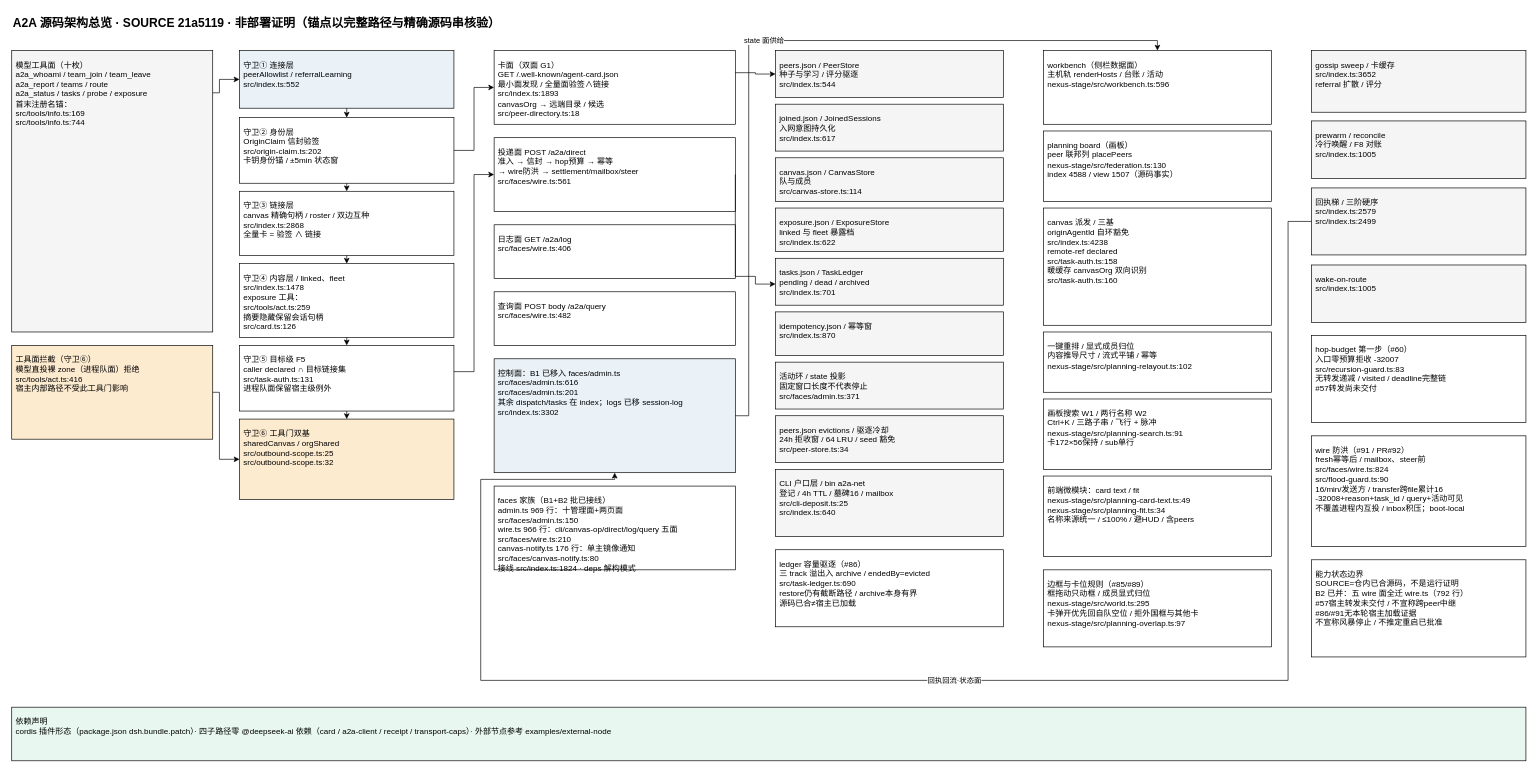
Above: page "系统架构总览" (1 of 2) of docs/arch/a2a-architecture.drawio in NelsonLongxiang/dsh-open-a2a-net (draw.io), before the change. Source tidied: cells renumbered, new cells numbered last; positions are measured from the earlier drawing's top-left corner, leaving out a move shared by most shapes. Both pictures are drawn from the tidied source at 67%, with x=0, y=0 at pixel (11, 11).
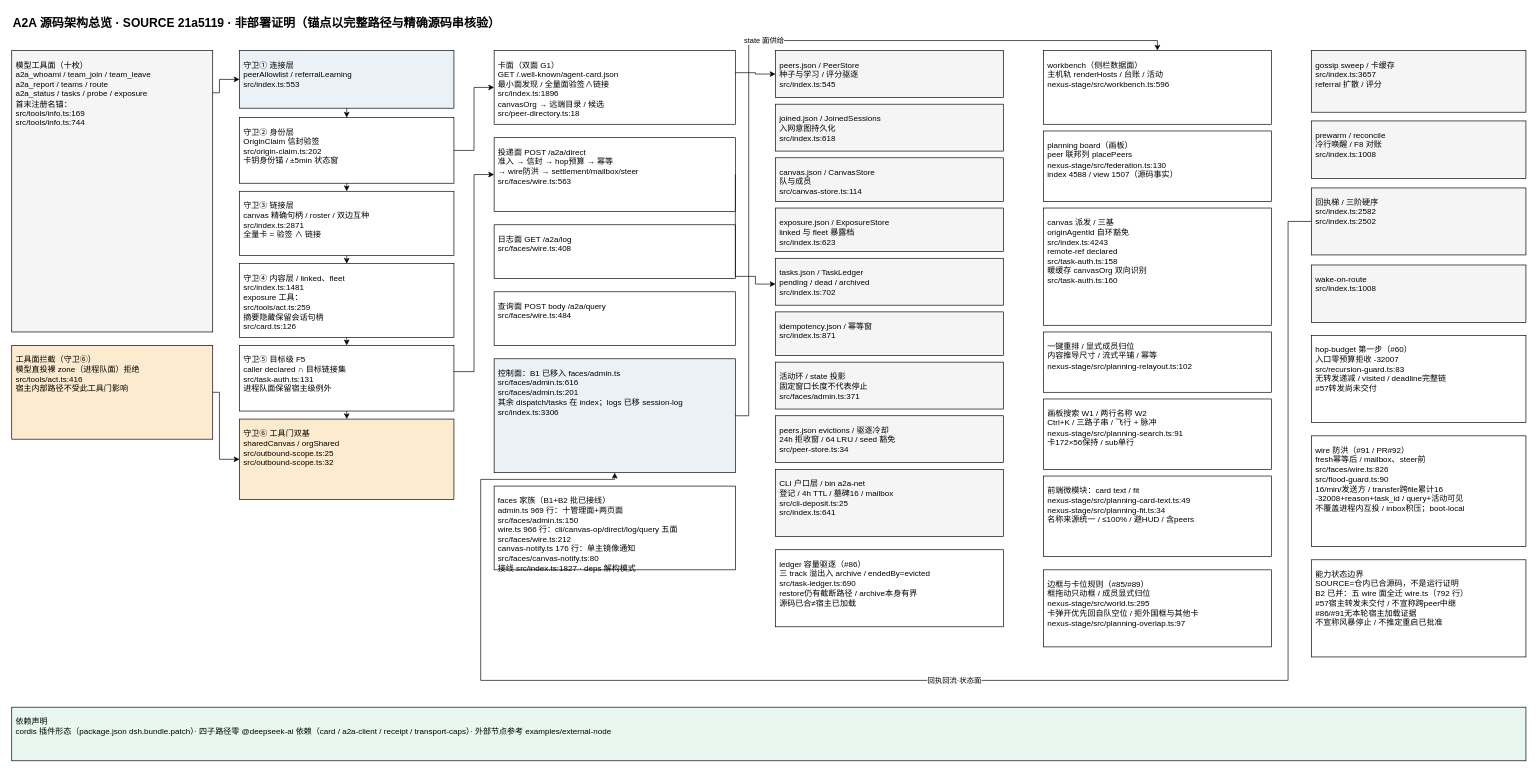
After the change.

Commit message (it also covers changes not shown here):
fix(superagent): a team-tab request's receipts go to the tab, not into the session

Diff of the diagram source:
```diff
@@
-    <mxCell id="5" value="守卫① 连接层&#10;peerAllowlist / referralLearning&#10;src/index.ts:552" style="rounded=0;whiteSpace=wrap;html=1;fontSize=12;fontColor=#000000;fillColor=#EAF2F8;strokeColor=#000000;align=left;verticalAlign=top;spacing=6;spacingTop=4;" parent="1" vertex="1">
+    <mxCell id="5" value="守卫① 连接层&#10;peerAllowlist / referralLearning&#10;src/index.ts:553" style="rounded=0;whiteSpace=wrap;html=1;fontSize=12;fontColor=#000000;fillColor=#EAF2F8;strokeColor=#000000;align=left;verticalAlign=top;spacing=6;spacingTop=4;" parent="1" vertex="1">
       <mxGeometry x="340" y="58" width="320" height="86" as="geometry" />
     </mxCell>
@@
-    <mxCell id="7" value="守卫③ 链接层&#10;canvas 精确句柄 / roster / 双边互种&#10;src/index.ts:2868&#10;全量卡 = 验签 ∧ 链接" style="rounded=0;whiteSpace=wrap;html=1;fontSize=12;fontColor=#000000;fillColor=#FFFFFF;strokeColor=#000000;align=left;verticalAlign=top;spacing=6;spacingTop=4;" parent="1" vertex="1">
+    <mxCell id="7" value="守卫③ 链接层&#10;canvas 精确句柄 / roster / 双边互种&#10;src/index.ts:2871&#10;全量卡 = 验签 ∧ 链接" style="rounded=0;whiteSpace=wrap;html=1;fontSize=12;fontColor=#000000;fillColor=#FFFFFF;strokeColor=#000000;align=left;verticalAlign=top;spacing=6;spacingTop=4;" parent="1" vertex="1">
       <mxGeometry x="340" y="268" width="320" height="96" as="geometry" />
     </mxCell>
-    <mxCell id="8" value="守卫④ 内容层 / linked、fleet&#10;src/index.ts:1478&#10;exposure 工具：&#10;src/tools/act.ts:259&#10;摘要隐藏保留会话句柄&#10;src/card.ts:126" style="rounded=0;whiteSpace=wrap;html=1;fontSize=12;fontColor=#000000;fillColor=#FFFFFF;strokeColor=#000000;align=left;verticalAlign=top;spacing=6;spacingTop=4;" parent="1" vertex="1">
+    <mxCell id="8" value="守卫④ 内容层 / linked、fleet&#10;src/index.ts:1481&#10;exposure 工具：&#10;src/tools/act.ts:259&#10;摘要隐藏保留会话句柄&#10;src/card.ts:126" style="rounded=0;whiteSpace=wrap;html=1;fontSize=12;fontColor=#000000;fillColor=#FFFFFF;strokeColor=#000000;align=left;verticalAlign=top;spacing=6;spacingTop=4;" parent="1" vertex="1">
       <mxGeometry x="340" y="376" width="320" height="110" as="geometry" />
     </mxCell>
@@
-    <mxCell id="11" value="卡面（双面 G1）&#10;GET /.well-known/agent-card.json&#10;最小面发现 / 全量面验签∧链接&#10;src/index.ts:1893&#10;canvasOrg → 远端目录 / 候选&#10;src/peer-directory.ts:18" style="rounded=0;whiteSpace=wrap;html=1;fontSize=12;fontColor=#000000;fillColor=#FFFFFF;strokeColor=#000000;align=left;verticalAlign=top;spacing=6;spacingTop=4;" parent="1" vertex="1">
+    <mxCell id="11" value="卡面（双面 G1）&#10;GET /.well-known/agent-card.json&#10;最小面发现 / 全量面验签∧链接&#10;src/index.ts:1896&#10;canvasOrg → 远端目录 / 候选&#10;src/peer-directory.ts:18" style="rounded=0;whiteSpace=wrap;html=1;fontSize=12;fontColor=#000000;fillColor=#FFFFFF;strokeColor=#000000;align=left;verticalAlign=top;spacing=6;spacingTop=4;" parent="1" vertex="1">
       <mxGeometry x="720" y="58" width="360" height="110" as="geometry" />
     </mxCell>
-    <mxCell id="12" value="投递面 POST /a2a/direct&#10;准入 → 信封 → hop预算 → 幂等&#10;→ wire防洪 → settlement/mailbox/steer&#10;src/faces/wire.ts:561" style="rounded=0;whiteSpace=wrap;html=1;fontSize=12;fontColor=#000000;fillColor=#FFFFFF;strokeColor=#000000;align=left;verticalAlign=top;spacing=6;spacingTop=4;" parent="1" vertex="1">
+    <mxCell id="12" value="投递面 POST /a2a/direct&#10;准入 → 信封 → hop预算 → 幂等&#10;→ wire防洪 → settlement/mailbox/steer&#10;src/faces/wire.ts:563" style="rounded=0;whiteSpace=wrap;html=1;fontSize=12;fontColor=#000000;fillColor=#FFFFFF;strokeColor=#000000;align=left;verticalAlign=top;spacing=6;spacingTop=4;" parent="1" vertex="1">
       <mxGeometry x="720" y="188" width="360" height="110" as="geometry" />
     </mxCell>
-    <mxCell id="13" value="日志面 GET /a2a/log&#10;src/faces/wire.ts:406" style="rounded=0;whiteSpace=wrap;html=1;fontSize=12;fontColor=#000000;fillColor=#FFFFFF;strokeColor=#000000;align=left;verticalAlign=top;spacing=6;spacingTop=4;" parent="1" vertex="1">
+    <mxCell id="13" value="日志面 GET /a2a/log&#10;src/faces/wire.ts:408" style="rounded=0;whiteSpace=wrap;html=1;fontSize=12;fontColor=#000000;fillColor=#FFFFFF;strokeColor=#000000;align=left;verticalAlign=top;spacing=6;spacingTop=4;" parent="1" vertex="1">
       <mxGeometry x="720" y="318" width="360" height="80" as="geometry" />
     </mxCell>
-    <mxCell id="14" value="查询面 POST body /a2a/query&#10;src/faces/wire.ts:482" style="rounded=0;whiteSpace=wrap;html=1;fontSize=12;fontColor=#000000;fillColor=#FFFFFF;strokeColor=#000000;align=left;verticalAlign=top;spacing=6;spacingTop=4;" parent="1" vertex="1">
+    <mxCell id="14" value="查询面 POST body /a2a/query&#10;src/faces/wire.ts:484" style="rounded=0;whiteSpace=wrap;html=1;fontSize=12;fontColor=#000000;fillColor=#FFFFFF;strokeColor=#000000;align=left;verticalAlign=top;spacing=6;spacingTop=4;" parent="1" vertex="1">
       <mxGeometry x="720" y="418" width="360" height="80" as="geometry" />
     </mxCell>
-    <mxCell id="15" value="控制面：B1 已移入 faces/admin.ts&#10;src/faces/admin.ts:616&#10;src/faces/admin.ts:201&#10;其余 dispatch/tasks 在 index；logs 已移 session-log&#10;src/index.ts:3302" style="rounded=0;whiteSpace=wrap;html=1;fontSize=12;fontColor=#000000;fillColor=#EAF2F8;strokeColor=#000000;align=left;verticalAlign=top;spacing=6;spacingTop=4;" parent="1" vertex="1">
+    <mxCell id="15" value="控制面：B1 已移入 faces/admin.ts&#10;src/faces/admin.ts:616&#10;src/faces/admin.ts:201&#10;其余 dispatch/tasks 在 index；logs 已移 session-log&#10;src/index.ts:3306" style="rounded=0;whiteSpace=wrap;html=1;fontSize=12;fontColor=#000000;fillColor=#EAF2F8;strokeColor=#000000;align=left;verticalAlign=top;spacing=6;spacingTop=4;" parent="1" vertex="1">
       <mxGeometry x="720" y="518" width="360" height="170" as="geometry" />
     </mxCell>
-    <mxCell id="16" value="peers.json / PeerStore&#10;种子与学习 / 评分驱逐&#10;src/index.ts:544" style="rounded=0;whiteSpace=wrap;html=1;fontSize=12;fontColor=#000000;fillColor=#F5F5F5;strokeColor=#000000;align=left;verticalAlign=top;spacing=6;spacingTop=4;" parent="1" vertex="1">
+    <mxCell id="16" value="peers.json / PeerStore&#10;种子与学习 / 评分驱逐&#10;src/index.ts:545" style="rounded=0;whiteSpace=wrap;html=1;fontSize=12;fontColor=#000000;fillColor=#F5F5F5;strokeColor=#000000;align=left;verticalAlign=top;spacing=6;spacingTop=4;" parent="1" vertex="1">
       <mxGeometry x="1140" y="58" width="340" height="70" as="geometry" />
     </mxCell>
-    <mxCell id="17" value="joined.json / JoinedSessions&#10;入网意图持久化&#10;src/index.ts:617" style="rounded=0;whiteSpace=wrap;html=1;fontSize=12;fontColor=#000000;fillColor=#F5F5F5;strokeColor=#000000;align=left;verticalAlign=top;spacing=6;spacingTop=4;" parent="1" vertex="1">
+    <mxCell id="17" value="joined.json / JoinedSessions&#10;入网意图持久化&#10;src/index.ts:618" style="rounded=0;whiteSpace=wrap;html=1;fontSize=12;fontColor=#000000;fillColor=#F5F5F5;strokeColor=#000000;align=left;verticalAlign=top;spacing=6;spacingTop=4;" parent="1" vertex="1">
       <mxGeometry x="1140" y="138" width="340" height="70" as="geometry" />
     </mxCell>
@@
-    <mxCell id="19" value="exposure.json / ExposureStore&#10;linked 与 fleet 暴露档&#10;src/index.ts:622" style="rounded=0;whiteSpace=wrap;html=1;fontSize=12;fontColor=#000000;fillColor=#F5F5F5;strokeColor=#000000;align=left;verticalAlign=top;spacing=6;spacingTop=4;" parent="1" vertex="1">
+    <mxCell id="19" value="exposure.json / ExposureStore&#10;linked 与 fleet 暴露档&#10;src/index.ts:623" style="rounded=0;whiteSpace=wrap;html=1;fontSize=12;fontColor=#000000;fillColor=#F5F5F5;strokeColor=#000000;align=left;verticalAlign=top;spacing=6;spacingTop=4;" parent="1" vertex="1">
       <mxGeometry x="1140" y="293" width="340" height="65" as="geometry" />
     </mxCell>
-    <mxCell id="20" value="tasks.json / TaskLedger&#10;pending / dead / archived&#10;src/index.ts:701" style="rounded=0;whiteSpace=wrap;html=1;fontSize=12;fontColor=#000000;fillColor=#F5F5F5;strokeColor=#000000;align=left;verticalAlign=top;spacing=6;spacingTop=4;" parent="1" vertex="1">
+    <mxCell id="20" value="tasks.json / TaskLedger&#10;pending / dead / archived&#10;src/index.ts:702" style="rounded=0;whiteSpace=wrap;html=1;fontSize=12;fontColor=#000000;fillColor=#F5F5F5;strokeColor=#000000;align=left;verticalAlign=top;spacing=6;spacingTop=4;" parent="1" vertex="1">
       <mxGeometry x="1140" y="368" width="340" height="70" as="geometry" />
     </mxCell>
-    <mxCell id="21" value="idempotency.json / 幂等窗&#10;src/index.ts:870" style="rounded=0;whiteSpace=wrap;html=1;fontSize=12;fontColor=#000000;fillColor=#F5F5F5;strokeColor=#000000;align=left;verticalAlign=top;spacing=6;spacingTop=4;" parent="1" vertex="1">
+    <mxCell id="21" value="idempotency.json / 幂等窗&#10;src/index.ts:871" style="rounded=0;whiteSpace=wrap;html=1;fontSize=12;fontColor=#000000;fillColor=#F5F5F5;strokeColor=#000000;align=left;verticalAlign=top;spacing=6;spacingTop=4;" parent="1" vertex="1">
       <mxGeometry x="1140" y="448" width="340" height="65" as="geometry" />
     </mxCell>
@@
-    <mxCell id="26" value="CLI 户口层 / bin a2a-net&#10;登记 / 4h TTL / 墓碑16 / mailbox&#10;src/cli-deposit.ts:25&#10;src/index.ts:640" style="rounded=0;whiteSpace=wrap;html=1;fontSize=12;fontColor=#000000;fillColor=#F5F5F5;strokeColor=#000000;align=left;verticalAlign=top;spacing=6;spacingTop=4;" parent="1" vertex="1">
+    <mxCell id="26" value="CLI 户口层 / bin a2a-net&#10;登记 / 4h TTL / 墓碑16 / mailbox&#10;src/cli-deposit.ts:25&#10;src/index.ts:641" style="rounded=0;whiteSpace=wrap;html=1;fontSize=12;fontColor=#000000;fillColor=#F5F5F5;strokeColor=#000000;align=left;verticalAlign=top;spacing=6;spacingTop=4;" parent="1" vertex="1">
       <mxGeometry x="1140" y="683" width="340" height="100" as="geometry" />
     </mxCell>
-    <mxCell id="27" value="canvas 派发 / 三基&#10;originAgentId 自环豁免&#10;src/index.ts:4238&#10;remote-ref declared&#10;src/task-auth.ts:158&#10;暖缓存 canvasOrg 双向识别&#10;src/task-auth.ts:160" style="rounded=0;whiteSpace=wrap;html=1;fontSize=12;fontColor=#000000;fillColor=#FFFFFF;strokeColor=#000000;align=left;verticalAlign=top;spacing=6;spacingTop=4;" parent="1" vertex="1">
+    <mxCell id="27" value="canvas 派发 / 三基&#10;originAgentId 自环豁免&#10;src/index.ts:4243&#10;remote-ref declared&#10;src/task-auth.ts:158&#10;暖缓存 canvasOrg 双向识别&#10;src/task-auth.ts:160" style="rounded=0;whiteSpace=wrap;html=1;fontSize=12;fontColor=#000000;fillColor=#FFFFFF;strokeColor=#000000;align=left;verticalAlign=top;spacing=6;spacingTop=4;" parent="1" vertex="1">
       <mxGeometry x="1540" y="293" width="340" height="175" as="geometry" />
     </mxCell>
@@
-    <mxCell id="30" value="gossip sweep / 卡缓存&#10;src/index.ts:3652&#10;referral 扩散 / 评分" style="rounded=0;whiteSpace=wrap;html=1;fontSize=12;fontColor=#000000;fillColor=#F5F5F5;strokeColor=#000000;align=left;verticalAlign=top;spacing=6;spacingTop=4;" parent="1" vertex="1">
+    <mxCell id="30" value="gossip sweep / 卡缓存&#10;src/index.ts:3657&#10;referral 扩散 / 评分" style="rounded=0;whiteSpace=wrap;html=1;fontSize=12;fontColor=#000000;fillColor=#F5F5F5;strokeColor=#000000;align=left;verticalAlign=top;spacing=6;spacingTop=4;" parent="1" vertex="1">
       <mxGeometry x="1940" y="58" width="320" height="92" as="geometry" />
     </mxCell>
-    <mxCell id="31" value="prewarm / reconcile&#10;冷行唤醒 / F8 对账&#10;src/index.ts:1005" style="rounded=0;whiteSpace=wrap;html=1;fontSize=12;fontColor=#000000;fillColor=#F5F5F5;strokeColor=#000000;align=left;verticalAlign=top;spacing=6;spacingTop=4;" parent="1" vertex="1">
+    <mxCell id="31" value="prewarm / reconcile&#10;冷行唤醒 / F8 对账&#10;src/index.ts:1008" style="rounded=0;whiteSpace=wrap;html=1;fontSize=12;fontColor=#000000;fillColor=#F5F5F5;strokeColor=#000000;align=left;verticalAlign=top;spacing=6;spacingTop=4;" parent="1" vertex="1">
       <mxGeometry x="1940" y="163" width="320" height="86" as="geometry" />
     </mxCell>
-    <mxCell id="32" value="回执梯 / 三阶硬序&#10;src/index.ts:2579&#10;src/index.ts:2499" style="rounded=0;whiteSpace=wrap;html=1;fontSize=12;fontColor=#000000;fillColor=#F5F5F5;strokeColor=#000000;align=left;verticalAlign=top;spacing=6;spacingTop=4;" parent="1" vertex="1">
+    <mxCell id="32" value="回执梯 / 三阶硬序&#10;src/index.ts:2582&#10;src/index.ts:2502" style="rounded=0;whiteSpace=wrap;html=1;fontSize=12;fontColor=#000000;fillColor=#F5F5F5;strokeColor=#000000;align=left;verticalAlign=top;spacing=6;spacingTop=4;" parent="1" vertex="1">
       <mxGeometry x="1940" y="263" width="320" height="100" as="geometry" />
     </mxCell>
-    <mxCell id="33" value="wake-on-route&#10;src/index.ts:1005" style="rounded=0;whiteSpace=wrap;html=1;fontSize=12;fontColor=#000000;fillColor=#F5F5F5;strokeColor=#000000;align=left;verticalAlign=top;spacing=6;spacingTop=4;" parent="1" vertex="1">
+    <mxCell id="33" value="wake-on-route&#10;src/index.ts:1008" style="rounded=0;whiteSpace=wrap;html=1;fontSize=12;fontColor=#000000;fillColor=#F5F5F5;strokeColor=#000000;align=left;verticalAlign=top;spacing=6;spacingTop=4;" parent="1" vertex="1">
       <mxGeometry x="1940" y="378" width="320" height="86" as="geometry" />
     </mxCell>
@@
-    <mxCell id="35" value="faces 家族（B1+B2 批已接线）&#10;admin.ts 969 行：十管理面+两页面&#10;src/faces/admin.ts:150&#10;wire.ts 966 行：cli/canvas-op/direct/log/query 五面&#10;src/faces/wire.ts:210&#10;canvas-notify.ts 176 行：单主镜像通知&#10;src/faces/canvas-notify.ts:80&#10;接线 src/index.ts:1824 · deps 解构模式" style="rounded=0;whiteSpace=wrap;html=1;fontSize=12;fontColor=#000000;fillColor=#FFFFFF;strokeColor=#000000;align=left;verticalAlign=top;spacing=6;spacingTop=4;" parent="1" vertex="1">
+    <mxCell id="35" value="faces 家族（B1+B2 批已接线）&#10;admin.ts 969 行：十管理面+两页面&#10;src/faces/admin.ts:150&#10;wire.ts 966 行：cli/canvas-op/direct/log/query 五面&#10;src/faces/wire.ts:212&#10;canvas-notify.ts 176 行：单主镜像通知&#10;src/faces/canvas-notify.ts:80&#10;接线 src/index.ts:1827 · deps 解构模式" style="rounded=0;whiteSpace=wrap;html=1;fontSize=12;fontColor=#000000;fillColor=#FFFFFF;strokeColor=#000000;align=left;verticalAlign=top;spacing=6;spacingTop=4;" parent="1" vertex="1">
       <mxGeometry x="720" y="708" width="360" height="125" as="geometry" />
     </mxCell>
@@
-    <mxCell id="39" value="wire 防洪（#91 / PR#92）&#10;fresh幂等后 / mailbox、steer前&#10;src/faces/wire.ts:824&#10;src/flood-guard.ts:90&#10;16/min/发送方 / transfer跨file累计16&#10;-32008+reason+task_id / query+活动可见&#10;不覆盖进程内互投 / inbox积压；boot-local" style="rounded=0;whiteSpace=wrap;html=1;fontSize=12;fontColor=#000000;fillColor=#FFFFFF;strokeColor=#000000;align=left;verticalAlign=top;spacing=6;spacingTop=4;" parent="1" vertex="1">
+    <mxCell id="39" value="wire 防洪（#91 / PR#92）&#10;fresh幂等后 / mailbox、steer前&#10;src/faces/wire.ts:826&#10;src/flood-guard.ts:90&#10;16/min/发送方 / transfer跨file累计16&#10;-32008+reason+task_id / query+活动可见&#10;不覆盖进程内互投 / inbox积压；boot-local" style="rounded=0;whiteSpace=wrap;html=1;fontSize=12;fontColor=#000000;fillColor=#FFFFFF;strokeColor=#000000;align=left;verticalAlign=top;spacing=6;spacingTop=4;" parent="1" vertex="1">
       <mxGeometry x="1940" y="633" width="320" height="165" as="geometry" />
     </mxCell>
```
